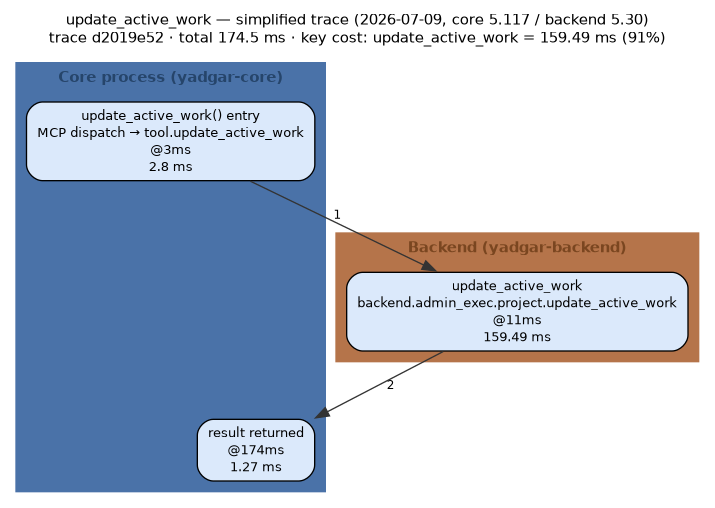
This is docs/diagrams/out/update_active_work-trace-2026-07-09.png from m-agahi/yadgar, a Graphviz export, as it was before one commit. Its source is kept beside it as docs/diagrams/out/update_active_work-trace-2026-07-09.dot. Its diagram source:
```dot
digraph flow {
  rankdir="TB";
  newrank=true;
  compound=true;
  nodesep=0.35;
  ranksep=0.55;
  graph [fontname="Helvetica", fontsize=11, labelloc="t"];
  node  [fontname="Helvetica", fontsize=10];
  edge  [fontname="Helvetica", fontsize=9];
  label="update_active_work — simplified trace (2026-07-09, core 5.117 / backend 5.30)
trace d2019e52 · total 174.5 ms · key cost: update_active_work = 159.49 ms (91%)";
  subgraph "cluster_core" {
    label="Core process (yadgar-core)";
    style=filled;
    bgcolor="#eef4fb";
    color="#4a72a8";
    fontcolor="#26456b";
    fontname="Helvetica-Bold";
    "entry" [shape="box", style="rounded,filled", fillcolor="#dbe9fb", label="update_active_work() entry\nMCP dispatch → tool.update_active_work\n@3ms\n2.8 ms"];
    "done" [shape="box", style="rounded,filled", fillcolor="#dbe9fb", label="result returned\n@174ms\n1.27 ms"];
  }
  subgraph "cluster_backend" {
    label="Backend (yadgar-backend)";
    style=filled;
    bgcolor="#fbf0ea";
    color="#b5744a";
    fontcolor="#7a4620";
    fontname="Helvetica-Bold";
    "s0" [shape="box", style="rounded,filled", fillcolor="#dbe9fb", label="update_active_work\nbackend.admin_exec.project.update_active_work\n@11ms\n159.49 ms"];
  }
  "entry" -> "s0" [color="#333333", style="solid", label="1"];
  "s0" -> "done" [color="#333333", style="solid", label="2"];
}
```
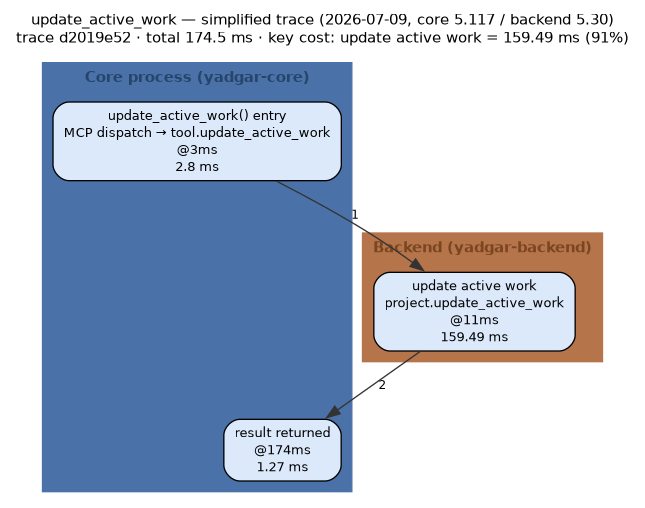
After the commit.

Change to the diagram source:
```diff
@@ -8,7 +8,7 @@
   node  [fontname="Helvetica", fontsize=10];
   edge  [fontname="Helvetica", fontsize=9];
   label="update_active_work — simplified trace (2026-07-09, core 5.117 / backend 5.30)
-trace d2019e52 · total 174.5 ms · key cost: update_active_work = 159.49 ms (91%)";
+trace d2019e52 · total 174.5 ms · key cost: update active work = 159.49 ms (91%)";
   subgraph "cluster_core" {
     label="Core process (yadgar-core)";
     style=filled;
@@ -26,7 +26,7 @@
     color="#b5744a";
     fontcolor="#7a4620";
     fontname="Helvetica-Bold";
-    "s0" [shape="box", style="rounded,filled", fillcolor="#dbe9fb", label="update_active_work\nbackend.admin_exec.project.update_active_work\n@11ms\n159.49 ms"];
+    "s0" [shape="box", style="rounded,filled", fillcolor="#dbe9fb", label="update active work\nproject.update_active_work\n@11ms\n159.49 ms"];
   }
   "entry" -> "s0" [color="#333333", style="solid", label="1"];
   "s0" -> "done" [color="#333333", style="solid", label="2"];
```
